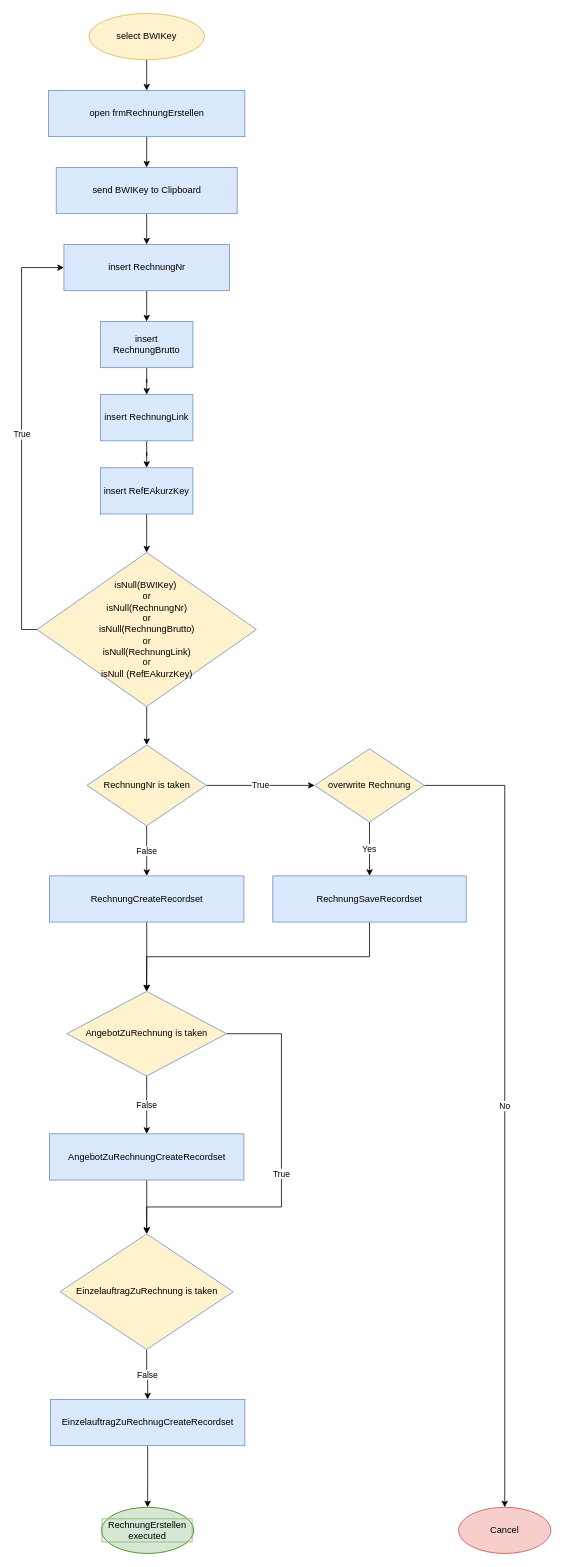
Before: Workflows/RechnungErstellen.drawio in h4g3n-J/U1jOD0JGuV, a draw.io diagram. Source tidied: cells renumbered, new cells numbered last; positions are measured from the earlier drawing's top-left corner, leaving out a move shared by most shapes. Both pictures are drawn from the tidied source at 77%, with x=0, y=0 at pixel (36, 13).
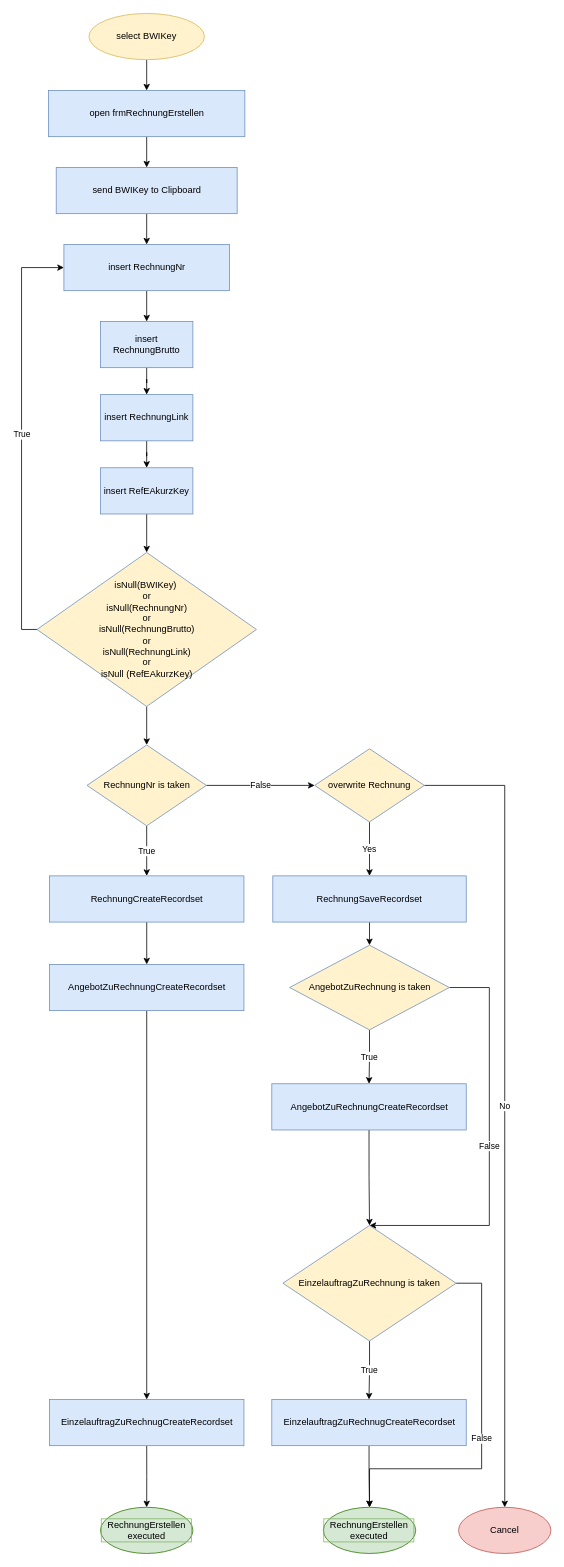
The same page after the edit.

The change refers to these unchanged cells:
```xml
<mxCell id="25" value="RechnungCreateRecordset" style="whiteSpace=wrap;html=1;fontColor=#000000;strokeColor=#6c8ebf;fillColor=#DAE8FC;" parent="1" vertex="1">
  <mxGeometry x="16.8" y="1120" width="252.5" height="60" as="geometry" />
</mxCell>
<mxCell id="30" value="RechnungNr is taken" style="rhombus;whiteSpace=wrap;html=1;fontColor=#000000;strokeColor=#6c8ebf;fillColor=#FFF2CC;" parent="1" vertex="1">
  <mxGeometry x="65.5" y="950" width="155" height="105" as="geometry" />
</mxCell>
<mxCell id="33" value="overwrite Rechnung" style="rhombus;whiteSpace=wrap;html=1;fontColor=#000000;strokeColor=#6c8ebf;fillColor=#FFF2CC;" parent="1" vertex="1">
  <mxGeometry x="361.1" y="955" width="142.5" height="95" as="geometry" />
</mxCell>
```

Change to the diagram source:
```diff
@@
-    <mxCell id="19" value="False" style="edgeStyle=orthogonalEdgeStyle;rounded=0;jettySize=auto;html=1;exitX=0.5;exitY=1;exitDx=0;exitDy=0;entryX=0.5;entryY=0;entryDx=0;entryDy=0;labelBackgroundColor=#FFFFFF;fontColor=#000000;" parent="1" edge="1" source="21" target="27">
+    <mxCell id="19" value="True" style="edgeStyle=orthogonalEdgeStyle;rounded=0;jettySize=auto;html=1;exitX=0.5;exitY=1;exitDx=0;exitDy=0;entryX=0.5;entryY=0;entryDx=0;entryDy=0;labelBackgroundColor=#FFFFFF;fontColor=#000000;" parent="1" edge="1" source="21" target="27">
       <mxGeometry relative="1" as="geometry" />
     </mxCell>
-    <mxCell id="20" value="True" style="edgeStyle=orthogonalEdgeStyle;rounded=0;jettySize=auto;html=1;exitX=1;exitY=0.5;exitDx=0;exitDy=0;entryX=0.5;entryY=0;entryDx=0;entryDy=0;labelBackgroundColor=#FFFFFF;fontColor=#000000;" parent="1" edge="1" source="21" target="23">
+    <mxCell id="20" value="False" style="edgeStyle=orthogonalEdgeStyle;rounded=0;jettySize=auto;html=1;exitX=1;exitY=0.5;exitDx=0;exitDy=0;entryX=0.5;entryY=0;entryDx=0;entryDy=0;labelBackgroundColor=#FFFFFF;fontColor=#000000;" parent="1" edge="1" source="21" target="23">
       <mxGeometry relative="1" as="geometry">
         <Array as="points">
-          <mxPoint x="318" y="1325" />
-          <mxPoint x="318" y="1550" />
-          <mxPoint x="143" y="1550" />
+          <mxPoint x="588" y="1265" />
+          <mxPoint x="588" y="1574" />
         </Array>
       </mxGeometry>
     </mxCell>
     <mxCell id="21" value="AngebotZuRechnung is taken" style="rhombus;whiteSpace=wrap;html=1;fontColor=#000000;strokeColor=#6c8ebf;fillColor=#FFF2CC;" parent="1" vertex="1">
-      <mxGeometry x="39.2" y="1270" width="207.5" height="110" as="geometry" />
+      <mxGeometry x="328.6" y="1210" width="207.5" height="110" as="geometry" />
     </mxCell>
-    <mxCell id="22" value="False" style="edgeStyle=orthogonalEdgeStyle;rounded=0;jettySize=auto;html=1;exitX=0.5;exitY=1;exitDx=0;exitDy=0;entryX=0.5;entryY=0;entryDx=0;entryDy=0;labelBackgroundColor=#FFFFFF;fontColor=#000000;" parent="1" edge="1" source="23" target="38">
+    <mxCell id="22" value="True" style="edgeStyle=orthogonalEdgeStyle;rounded=0;jettySize=auto;html=1;exitX=0.5;exitY=1;exitDx=0;exitDy=0;entryX=0.5;entryY=0;entryDx=0;entryDy=0;labelBackgroundColor=#FFFFFF;fontColor=#000000;" parent="1" edge="1" source="23" target="38">
       <mxGeometry relative="1" as="geometry" />
     </mxCell>
+    <mxCell id="40" value="False" style="edgeStyle=orthogonalEdgeStyle;rounded=0;jettySize=auto;html=1;exitX=1;exitY=0.5;exitDx=0;exitDy=0;entryX=0.5;entryY=0;entryDx=0;entryDy=0;" parent="1" edge="1" source="23" target="39">
+      <mxGeometry relative="1" as="geometry">
+        <Array as="points">
+          <mxPoint x="578" y="1649" />
+          <mxPoint x="578" y="1890" />
+          <mxPoint x="432" y="1890" />
+        </Array>
+      </mxGeometry>
+    </mxCell>
     <mxCell id="23" value="EinzelauftragZuRechnung is taken" style="rhombus;whiteSpace=wrap;html=1;fontColor=#000000;strokeColor=#6c8ebf;fillColor=#FFF2CC;" parent="1" vertex="1">
-      <mxGeometry x="30.5" y="1585" width="225" height="150" as="geometry" />
+      <mxGeometry x="319.9" y="1574" width="225" height="150" as="geometry" />
     </mxCell>
-    <mxCell id="24" style="edgeStyle=orthogonalEdgeStyle;rounded=0;jettySize=auto;html=1;exitX=0.5;exitY=1;exitDx=0;exitDy=0;entryX=0.5;entryY=0;entryDx=0;entryDy=0;labelBackgroundColor=#FFFFFF;fontColor=#000000;" parent="1" edge="1" source="25" target="21">
-      <mxGeometry relative="1" as="geometry" />
-    </mxCell>
+    <mxCell id="41" style="edgeStyle=orthogonalEdgeStyle;rounded=0;jettySize=auto;html=1;exitX=0.5;exitY=1;exitDx=0;exitDy=0;entryX=0.5;entryY=0;entryDx=0;entryDy=0;" parent="1" edge="1" source="25" target="43">
+      <mxGeometry relative="1" as="geometry" />
+    </mxCell>
@@
     <mxCell id="27" value="&lt;span&gt;AngebotZuRechnungCreateRecordset&lt;/span&gt;" style="whiteSpace=wrap;html=1;fontColor=#000000;strokeColor=#6c8ebf;fillColor=#DAE8FC;" parent="1" vertex="1">
-      <mxGeometry x="16.8" y="1455" width="252.5" height="60" as="geometry" />
+      <mxGeometry x="305.5" y="1390" width="252.5" height="60" as="geometry" />
     </mxCell>
-    <mxCell id="28" value="False" style="edgeStyle=orthogonalEdgeStyle;rounded=0;jettySize=auto;html=1;exitX=0.5;exitY=1;exitDx=0;exitDy=0;entryX=0.5;entryY=0;entryDx=0;entryDy=0;labelBackgroundColor=#FFFFFF;fontColor=#000000;" parent="1" edge="1" source="30" target="25">
+    <mxCell id="28" value="True" style="edgeStyle=orthogonalEdgeStyle;rounded=0;jettySize=auto;html=1;exitX=0.5;exitY=1;exitDx=0;exitDy=0;entryX=0.5;entryY=0;entryDx=0;entryDy=0;labelBackgroundColor=#FFFFFF;fontColor=#000000;" parent="1" edge="1" source="30" target="25">
       <mxGeometry relative="1" as="geometry" />
     </mxCell>
-    <mxCell id="29" value="True" style="edgeStyle=orthogonalEdgeStyle;rounded=0;jettySize=auto;html=1;exitX=1;exitY=0.5;exitDx=0;exitDy=0;entryX=0;entryY=0.5;entryDx=0;entryDy=0;labelBackgroundColor=#FFFFFF;fontColor=#000000;" parent="1" edge="1" source="30" target="33">
+    <mxCell id="29" value="False" style="edgeStyle=orthogonalEdgeStyle;rounded=0;jettySize=auto;html=1;exitX=1;exitY=0.5;exitDx=0;exitDy=0;entryX=0;entryY=0.5;entryDx=0;entryDy=0;labelBackgroundColor=#FFFFFF;fontColor=#000000;" parent="1" edge="1" source="30" target="33">
       <mxGeometry relative="1" as="geometry" />
     </mxCell>
@@
     <mxCell id="38" value="&lt;span&gt;EinzelauftragZuRechnugCreateRecordset&lt;/span&gt;" style="whiteSpace=wrap;html=1;fontColor=#000000;strokeColor=#6c8ebf;fillColor=#DAE8FC;" parent="1" vertex="1">
-      <mxGeometry x="18" y="1800" width="252.5" height="60" as="geometry" />
+      <mxGeometry x="305.5" y="1800" width="252.5" height="60" as="geometry" />
     </mxCell>
     <mxCell id="39" value="RechnungErstellen executed" style="ellipse;whiteSpace=wrap;html=1;strokeColor=#2D7600;fillColor=#D5E8D4;fontColor=#000000;labelBorderColor=#82B366;" parent="1" vertex="1">
-      <mxGeometry x="84.2" y="1940" width="120" height="60" as="geometry" />
+      <mxGeometry x="372.4" y="1940" width="120" height="60" as="geometry" />
     </mxCell>
+    <mxCell id="42" style="edgeStyle=orthogonalEdgeStyle;rounded=0;jettySize=auto;html=1;exitX=0.5;exitY=1;exitDx=0;exitDy=0;entryX=0.5;entryY=0;entryDx=0;entryDy=0;" parent="1" edge="1" source="43" target="45">
+      <mxGeometry relative="1" as="geometry" />
+    </mxCell>
+    <mxCell id="43" value="&lt;span&gt;AngebotZuRechnungCreateRecordset&lt;/span&gt;" style="whiteSpace=wrap;html=1;fontColor=#000000;strokeColor=#6c8ebf;fillColor=#DAE8FC;" parent="1" vertex="1">
+      <mxGeometry x="16.8" y="1235" width="252.5" height="60" as="geometry" />
+    </mxCell>
+    <mxCell id="44" style="edgeStyle=orthogonalEdgeStyle;rounded=0;jettySize=auto;html=1;exitX=0.5;exitY=1;exitDx=0;exitDy=0;entryX=0.5;entryY=0;entryDx=0;entryDy=0;" parent="1" edge="1" source="45" target="46">
+      <mxGeometry relative="1" as="geometry" />
+    </mxCell>
+    <mxCell id="45" value="&lt;span&gt;EinzelauftragZuRechnugCreateRecordset&lt;/span&gt;" style="whiteSpace=wrap;html=1;fontColor=#000000;strokeColor=#6c8ebf;fillColor=#DAE8FC;" parent="1" vertex="1">
+      <mxGeometry x="16.8" y="1800" width="252.5" height="60" as="geometry" />
+    </mxCell>
+    <mxCell id="46" value="RechnungErstellen executed" style="ellipse;whiteSpace=wrap;html=1;strokeColor=#2D7600;fillColor=#D5E8D4;fontColor=#000000;labelBorderColor=#82B366;" parent="1" vertex="1">
+      <mxGeometry x="83" y="1940" width="120" height="60" as="geometry" />
+    </mxCell>
```
